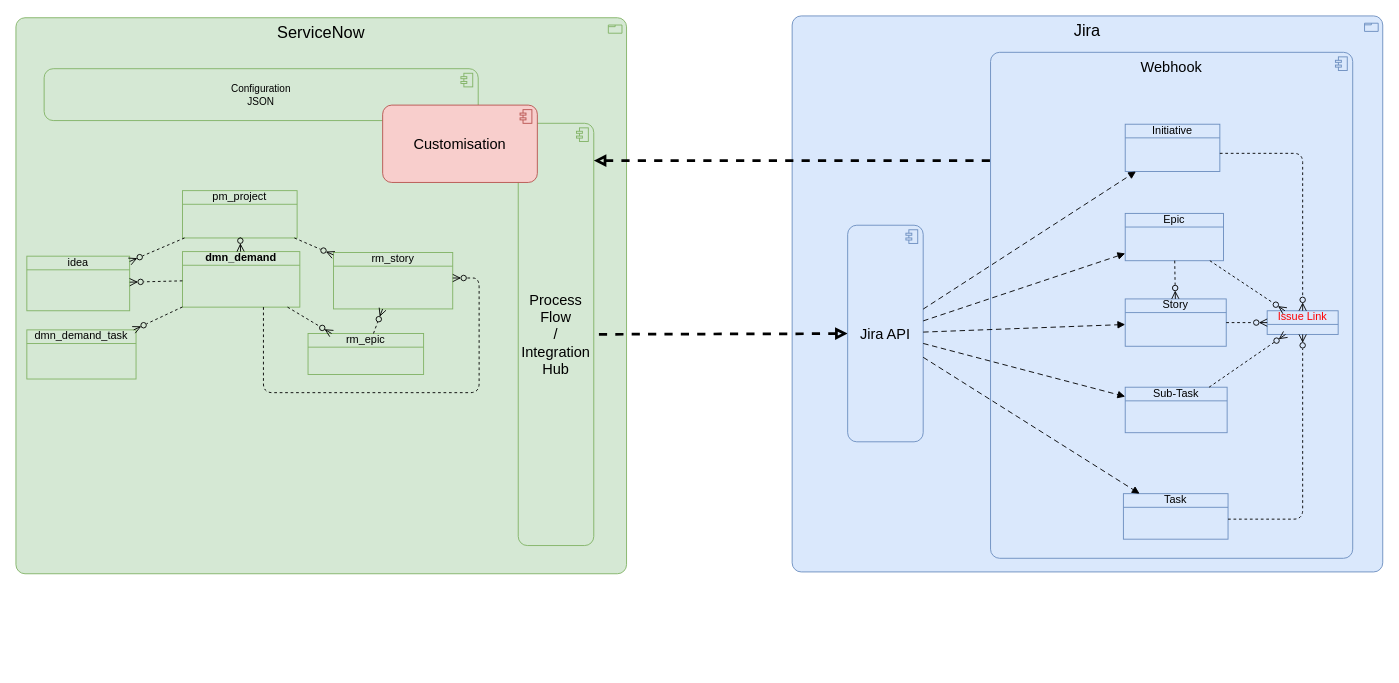
The draw.io diagram page "integrationHubV2" (17 of 17) of Bosch.drawio in algimas/tmp, before the edit. Source tidied: cells renumbered, new cells numbered last; positions are measured from the earlier drawing's top-left corner, leaving out a move shared by most shapes. Both pictures are drawn from the tidied source at 91%, with x=0, y=0 at pixel (15, 15).
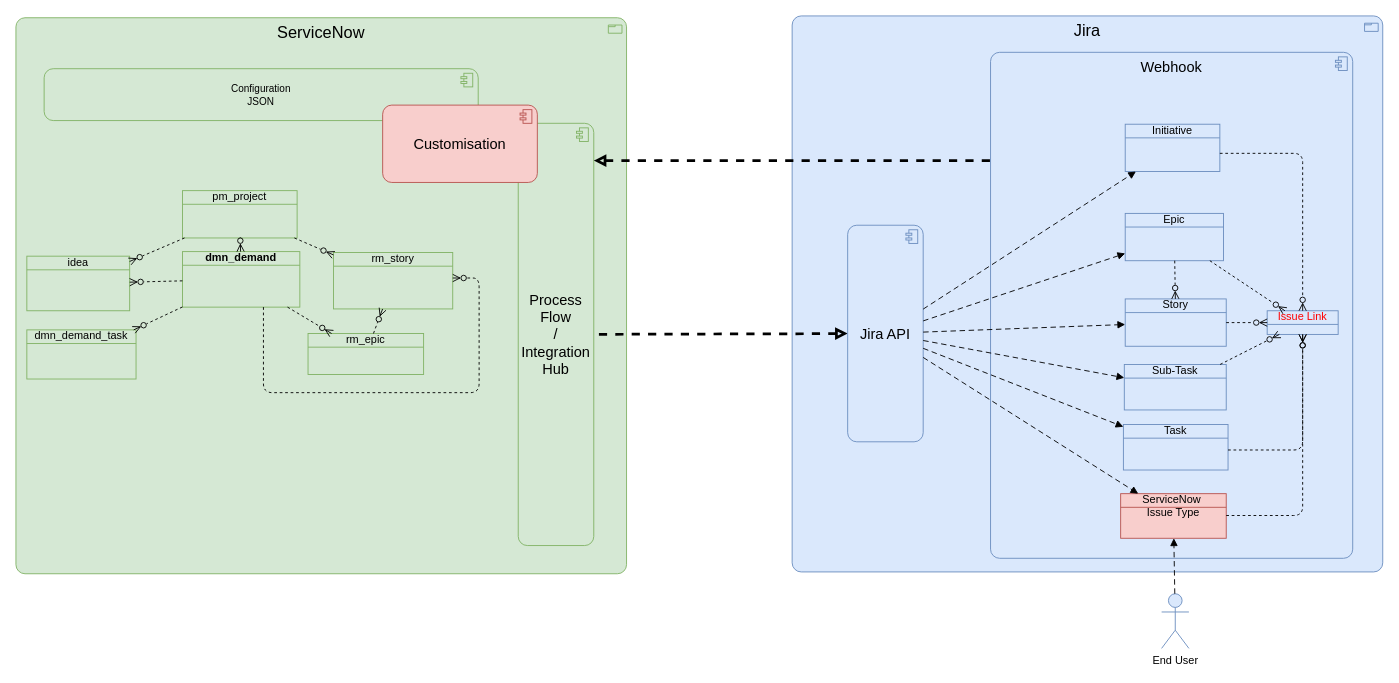
Above is the later version.

The change refers to these unchanged cells:
```xml
<mxCell id="11" value="Jira API" style="html=1;outlineConnect=0;whiteSpace=wrap;fillColor=#dae8fc;shape=mxgraph.archimate3.application;appType=comp;archiType=rounded;strokeColor=#6c8ebf;verticalAlign=middle;fontStyle=0;fontSize=16;" parent="1" vertex="1">
  <mxGeometry x="914" y="230" width="83" height="238" as="geometry" />
</mxCell>
<mxCell id="31" value="&lt;font style=&quot;color: rgb(255, 0, 0);&quot;&gt;Issue Link&lt;/font&gt;" style="html=1;outlineConnect=0;whiteSpace=wrap;fillColor=#dae8fc;shape=mxgraph.archimate3.businessObject;overflow=fill;strokeColor=#6c8ebf;" parent="1" vertex="1">
  <mxGeometry x="1375" y="324" width="78" height="26" as="geometry" />
</mxCell>
```

What changed in the source:
```diff
@@
     <mxCell id="6" value="Task" style="html=1;outlineConnect=0;whiteSpace=wrap;fillColor=#dae8fc;shape=mxgraph.archimate3.businessObject;overflow=fill;strokeColor=#6c8ebf;" parent="1" vertex="1">
-      <mxGeometry x="1217" y="525" width="115" height="50" as="geometry" />
+      <mxGeometry x="1217" y="449" width="115" height="50" as="geometry" />
     </mxCell>
@@
     <mxCell id="9" value="Sub-Task" style="html=1;outlineConnect=0;whiteSpace=wrap;fillColor=#dae8fc;shape=mxgraph.archimate3.businessObject;overflow=fill;strokeColor=#6c8ebf;" parent="1" vertex="1">
-      <mxGeometry x="1219" y="408" width="112" height="50" as="geometry" />
+      <mxGeometry x="1218" y="383" width="112" height="50" as="geometry" />
     </mxCell>
@@
     <mxCell id="36" style="html=1;dashed=1;labelBackgroundColor=none;startArrow=none;endArrow=ERzeroToMany;fontFamily=Verdana;fontSize=12;align=left;startFill=0;endFill=0;edgeStyle=elbowEdgeStyle;elbow=vertical;" parent="1" edge="1" source="6" target="31">
       <mxGeometry relative="1" as="geometry">
         <Array as="points">
-          <mxPoint x="1343" y="553" />
+          <mxPoint x="1361" y="477" />
         </Array>
       </mxGeometry>
     </mxCell>
@@
+    <mxCell id="42" value="ServiceNow&amp;nbsp;&lt;div&gt;&lt;span style=&quot;background-color: transparent; color: light-dark(rgb(0, 0, 0), rgb(255, 255, 255));&quot;&gt;Issue Type&lt;/span&gt;&lt;/div&gt;" style="html=1;outlineConnect=0;whiteSpace=wrap;fillColor=#f8cecc;shape=mxgraph.archimate3.businessObject;overflow=fill;strokeColor=#b85450;" parent="1" vertex="1">
+      <mxGeometry x="1214" y="525" width="116" height="49" as="geometry" />
+    </mxCell>
+    <mxCell id="43" style="html=1;endArrow=block;dashed=1;elbow=vertical;endFill=1;dashPattern=6 4;rounded=0;fontSize=12;fontStyle=0;startArrow=none;startFill=0;" parent="1" edge="1" source="11" target="42">
+      <mxGeometry relative="1" as="geometry" />
+    </mxCell>
+    <mxCell id="44" style="html=1;dashed=1;labelBackgroundColor=none;startArrow=none;endArrow=ERzeroToMany;fontFamily=Verdana;fontSize=12;align=left;startFill=0;endFill=0;edgeStyle=elbowEdgeStyle;elbow=vertical;" parent="1" edge="1" source="42" target="31">
+      <mxGeometry relative="1" as="geometry">
+        <Array as="points">
+          <mxPoint x="1358" y="549" />
+        </Array>
+      </mxGeometry>
+    </mxCell>
+    <mxCell id="45" value="End User" style="shape=umlActor;verticalLabelPosition=bottom;verticalAlign=top;html=1;outlineConnect=0;fillColor=#dae8fc;strokeColor=#6c8ebf;" parent="1" vertex="1">
+      <mxGeometry x="1259" y="635" width="30" height="60" as="geometry" />
+    </mxCell>
+    <mxCell id="46" style="html=1;endArrow=block;dashed=1;elbow=vertical;endFill=1;dashPattern=6 4;rounded=0;fontSize=12;fontStyle=0;startArrow=none;startFill=0;" parent="1" edge="1" source="45" target="42">
+      <mxGeometry relative="1" as="geometry" />
+    </mxCell>
```
